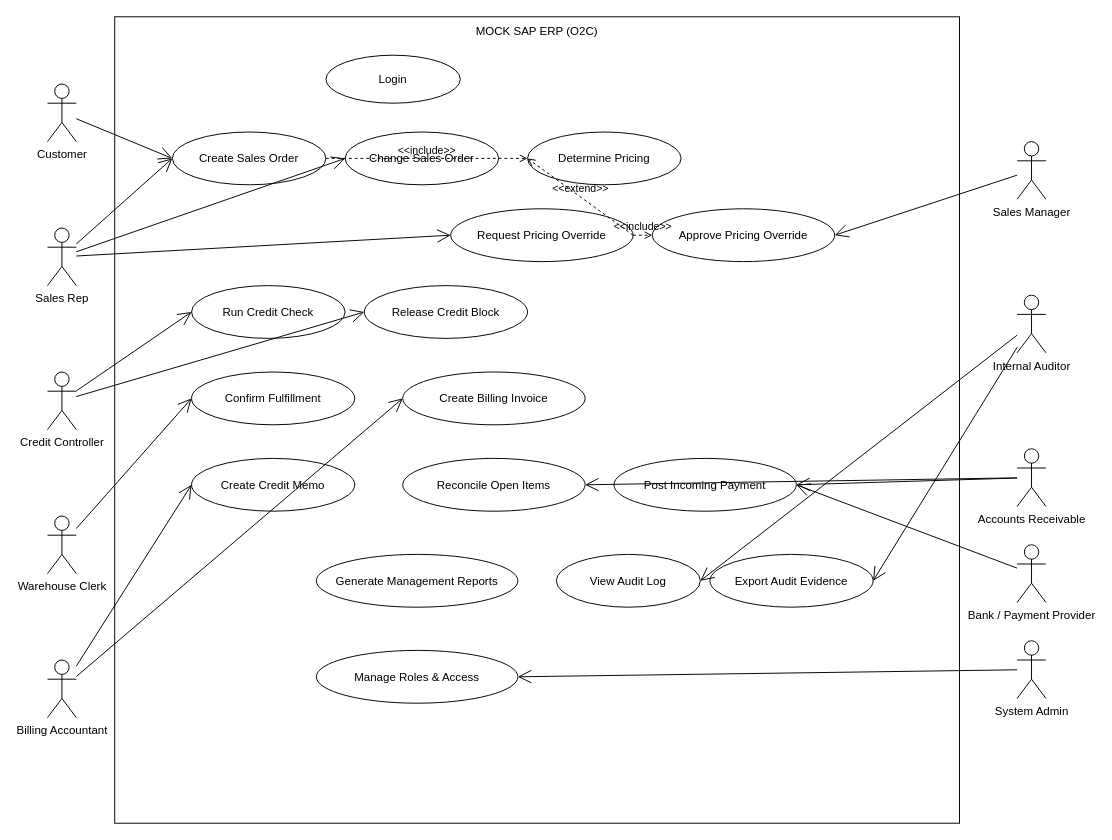
Before: projects/SAP_ERP/assets/diagrams/SAP_ERP_Use_Case.drawio in HaiSGU/foodora-ba-portfolio, a draw.io diagram. Source tidied: cells renumbered, new cells numbered last; positions are measured from the earlier drawing's top-left corner, leaving out a move shared by most shapes. Both pictures are drawn from the tidied source at 96%, with x=0, y=0 at pixel (47, 16).
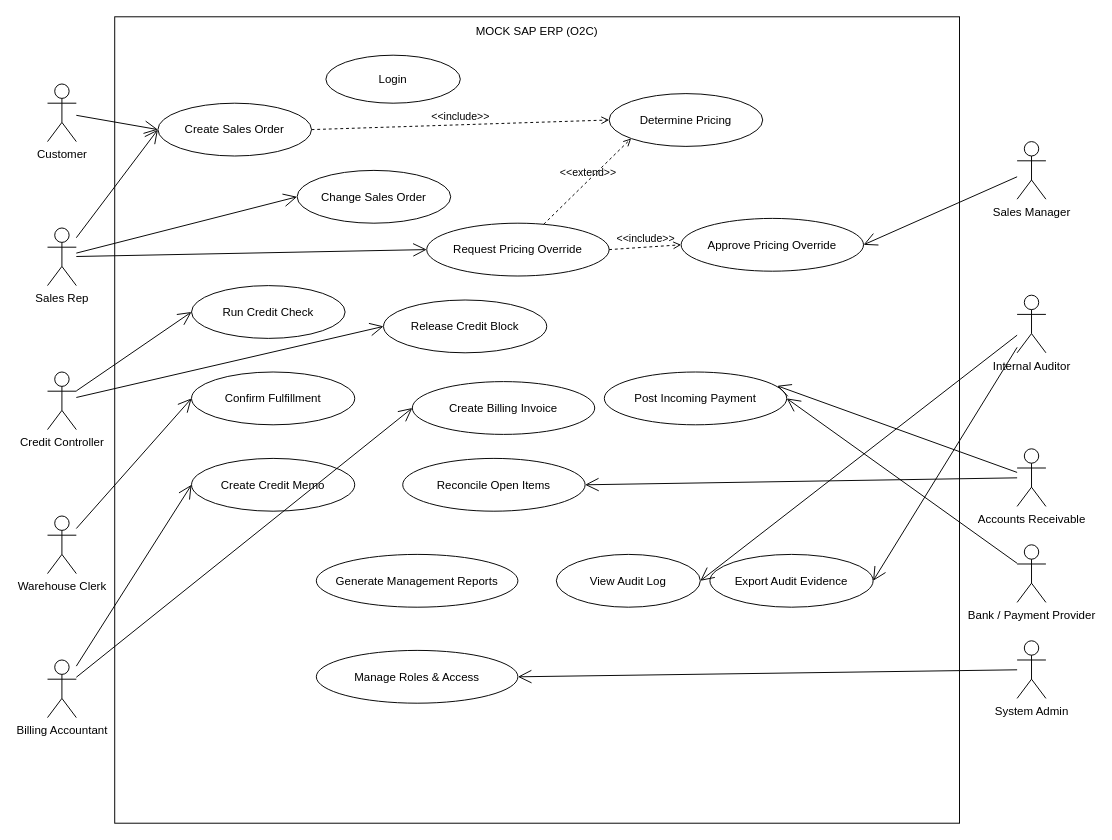
Above is the later version.

The change refers to these unchanged cells:
```xml
<mxCell id="8" value="Accounts Receivable" style="shape=umlActor;verticalLabelPosition=bottom;verticalAlign=top;html=1;" parent="1" vertex="1">
  <mxGeometry x="1010" y="450" width="30" height="60" as="geometry" />
</mxCell>
```

Change to the diagram source:
```diff
@@
     <mxCell id="15" value="Create Sales Order" style="ellipse;whiteSpace=wrap;html=1;" parent="1" vertex="1">
-      <mxGeometry x="130" y="120" width="160" height="55" as="geometry" />
+      <mxGeometry x="115" y="90" width="160" height="55" as="geometry" />
     </mxCell>
     <mxCell id="16" value="Change Sales Order" style="ellipse;whiteSpace=wrap;html=1;" parent="1" vertex="1">
-      <mxGeometry x="310" y="120" width="160" height="55" as="geometry" />
+      <mxGeometry x="260" y="160" width="160" height="55" as="geometry" />
     </mxCell>
     <mxCell id="17" value="Determine Pricing" style="ellipse;whiteSpace=wrap;html=1;" parent="1" vertex="1">
-      <mxGeometry x="500" y="120" width="160" height="55" as="geometry" />
+      <mxGeometry x="585" y="80" width="160" height="55" as="geometry" />
     </mxCell>
     <mxCell id="18" value="Request Pricing Override" style="ellipse;whiteSpace=wrap;html=1;" parent="1" vertex="1">
-      <mxGeometry x="420" y="200" width="190" height="55" as="geometry" />
+      <mxGeometry x="395" y="215" width="190" height="55" as="geometry" />
     </mxCell>
     <mxCell id="19" value="Approve Pricing Override" style="ellipse;whiteSpace=wrap;html=1;" parent="1" vertex="1">
-      <mxGeometry x="630" y="200" width="190" height="55" as="geometry" />
+      <mxGeometry x="660" y="210" width="190" height="55" as="geometry" />
     </mxCell>
@@
     <mxCell id="21" value="Release Credit Block" style="ellipse;whiteSpace=wrap;html=1;" parent="1" vertex="1">
-      <mxGeometry x="330" y="280" width="170" height="55" as="geometry" />
+      <mxGeometry x="350" y="295" width="170" height="55" as="geometry" />
     </mxCell>
@@
     <mxCell id="23" value="Create Billing Invoice" style="ellipse;whiteSpace=wrap;html=1;" parent="1" vertex="1">
-      <mxGeometry x="370" y="370" width="190" height="55" as="geometry" />
+      <mxGeometry x="380" y="380" width="190" height="55" as="geometry" />
     </mxCell>
     <mxCell id="24" value="Post Incoming Payment" style="ellipse;whiteSpace=wrap;html=1;" parent="1" vertex="1">
-      <mxGeometry x="590" y="460" width="190" height="55" as="geometry" />
+      <mxGeometry x="580" y="370" width="190" height="55" as="geometry" />
     </mxCell>
@@
-    <mxCell id="41" style="endArrow=open;endFill=1;endSize=12;html=1;rounded=0;entryX=1;entryY=0.5;entryDx=0;entryDy=0;" parent="1" edge="1" source="8" target="24">
+    <mxCell id="41" style="endArrow=open;endFill=1;endSize=12;html=1;rounded=0;entryX=0.948;entryY=0.262;entryDx=0;entryDy=0;entryPerimeter=0;" parent="1" edge="1" source="8" target="24">
       <mxGeometry relative="1" as="geometry" />
     </mxCell>
@@
-    <mxCell id="48" value="&amp;lt;&amp;lt;extend&amp;gt;&amp;gt;" style="html=1;verticalAlign=bottom;labelBackgroundColor=none;endArrow=open;endFill=0;dashed=1;rounded=0;exitX=1;exitY=0.5;exitDx=0;exitDy=0;entryX=0;entryY=0.5;entryDx=0;entryDy=0;" parent="1" edge="1" source="18" target="17">
+    <mxCell id="48" value="&amp;lt;&amp;lt;extend&amp;gt;&amp;gt;" style="html=1;verticalAlign=bottom;labelBackgroundColor=none;endArrow=open;endFill=0;dashed=1;rounded=0;entryX=0;entryY=1;entryDx=0;entryDy=0;" parent="1" edge="1" source="18" target="17">
       <mxGeometry relative="1" as="geometry" />
     </mxCell>
```
